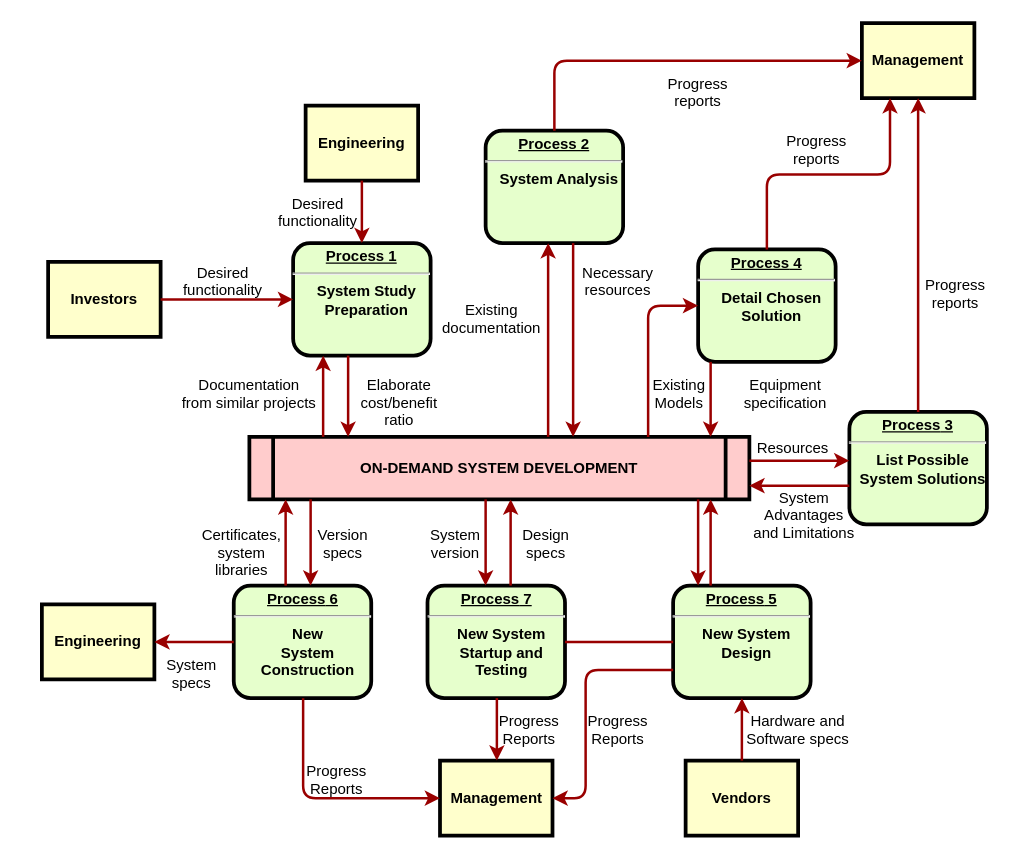
Earlier version of the draw.io diagram Untitled Diagram.drawio (salmansajid/utilities). Source tidied: cells renumbered, new cells numbered last; positions are measured from the earlier drawing's top-left corner, leaving out a move shared by most shapes. Both pictures are drawn from the tidied source at 125%, with x=0, y=0 at pixel (41, 22).
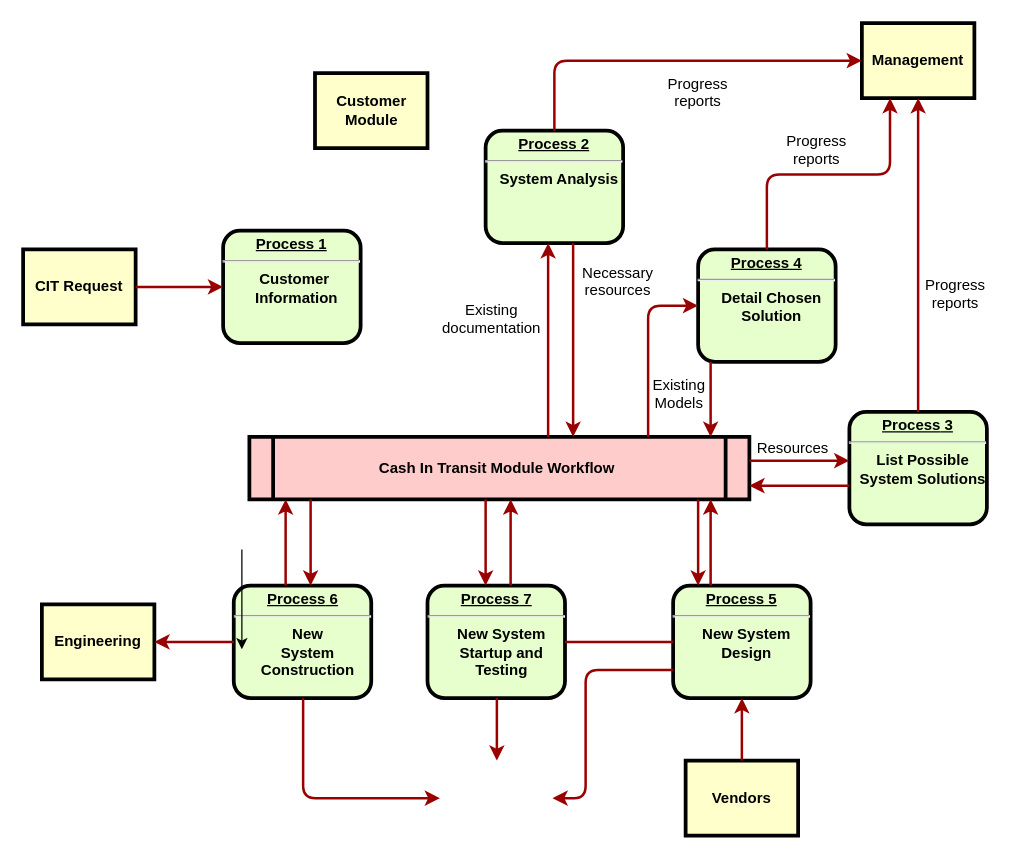
The same page after the edit.

Unchanged cells that the change refers to:
```xml
<mxCell id="9" value="&lt;p style=&quot;margin: 0px; margin-top: 4px; text-align: center; text-decoration: underline;&quot;&gt;&lt;strong&gt;&lt;strong&gt;Process&lt;/strong&gt; 5&lt;br /&gt;&lt;/strong&gt;&lt;/p&gt;&lt;hr /&gt;&lt;p style=&quot;margin: 0px; margin-left: 8px;&quot;&gt;New System&lt;/p&gt;&lt;p style=&quot;margin: 0px; margin-left: 8px;&quot;&gt;Design&lt;/p&gt;" style="verticalAlign=middle;align=center;overflow=fill;fontSize=12;fontFamily=Helvetica;html=1;rounded=1;fontStyle=1;strokeWidth=3;fillColor=#E6FFCC;" parent="1" vertex="1">
  <mxGeometry x="505" y="450" width="110" height="90" as="geometry" />
</mxCell>
<mxCell id="10" value="&lt;p style=&quot;margin: 0px; margin-top: 4px; text-align: center; text-decoration: underline;&quot;&gt;&lt;strong&gt;&lt;strong&gt;Process&lt;/strong&gt; 6&lt;br /&gt;&lt;/strong&gt;&lt;/p&gt;&lt;hr /&gt;&lt;p style=&quot;margin: 0px; margin-left: 8px;&quot;&gt;New&lt;/p&gt;&lt;p style=&quot;margin: 0px; margin-left: 8px;&quot;&gt;System&lt;/p&gt;&lt;p style=&quot;margin: 0px; margin-left: 8px;&quot;&gt;Construction&lt;/p&gt;" style="verticalAlign=middle;align=center;overflow=fill;fontSize=12;fontFamily=Helvetica;html=1;rounded=1;fontStyle=1;strokeWidth=3;fillColor=#E6FFCC;" parent="1" vertex="1">
  <mxGeometry x="153.5" y="450" width="110" height="90" as="geometry" />
</mxCell>
<mxCell id="17" value="&lt;p style=&quot;margin: 0px; margin-top: 4px; text-align: center; text-decoration: underline;&quot;&gt;&lt;strong&gt;&lt;strong&gt;Process&lt;/strong&gt; 7&lt;br /&gt;&lt;/strong&gt;&lt;/p&gt;&lt;hr /&gt;&lt;p style=&quot;margin: 0px; margin-left: 8px;&quot;&gt;New System&lt;/p&gt;&lt;p style=&quot;margin: 0px; margin-left: 8px;&quot;&gt;Startup and&lt;/p&gt;&lt;p style=&quot;margin: 0px; margin-left: 8px;&quot;&gt;Testing&lt;/p&gt;" style="verticalAlign=middle;align=center;overflow=fill;fontSize=12;fontFamily=Helvetica;html=1;rounded=1;fontStyle=1;strokeWidth=3;fillColor=#E6FFCC;" parent="1" vertex="1">
  <mxGeometry x="308.5" y="450" width="110" height="90" as="geometry" />
</mxCell>
```

Change to the diagram source:
```diff
@@
-    <mxCell id="2" value="&lt;p style=&quot;margin: 0px; margin-top: 4px; text-align: center; text-decoration: underline;&quot;&gt;&lt;strong&gt;Process 1&lt;br /&gt;&lt;/strong&gt;&lt;/p&gt;&lt;hr /&gt;&lt;p style=&quot;margin: 0px; margin-left: 8px;&quot;&gt;System Study&lt;/p&gt;&lt;p style=&quot;margin: 0px; margin-left: 8px;&quot;&gt;Preparation&lt;/p&gt;" style="verticalAlign=middle;align=center;overflow=fill;fontSize=12;fontFamily=Helvetica;html=1;rounded=1;fontStyle=1;strokeWidth=3;fillColor=#E6FFCC;" parent="1" vertex="1">
-      <mxGeometry x="201" y="176" width="110" height="90" as="geometry" />
+    <mxCell id="2" value="&lt;p style=&quot;margin: 0px; margin-top: 4px; text-align: center; text-decoration: underline;&quot;&gt;&lt;strong&gt;Process 1&lt;br&gt;&lt;/strong&gt;&lt;/p&gt;&lt;hr&gt;&lt;p style=&quot;margin: 0px; margin-left: 8px;&quot;&gt;Customer&amp;nbsp;&lt;/p&gt;&lt;p style=&quot;margin: 0px; margin-left: 8px;&quot;&gt;Information&lt;/p&gt;" style="verticalAlign=middle;align=center;overflow=fill;fontSize=12;fontFamily=Helvetica;html=1;rounded=1;fontStyle=1;strokeWidth=3;fillColor=#E6FFCC;" parent="1" vertex="1">
+      <mxGeometry x="145" y="166" width="110" height="90" as="geometry" />
     </mxCell>
-    <mxCell id="3" value="Engineering" style="whiteSpace=wrap;align=center;verticalAlign=middle;fontStyle=1;strokeWidth=3;fillColor=#FFFFCC;" parent="1" vertex="1">
-      <mxGeometry x="211" y="66" width="90" height="60" as="geometry" />
+    <mxCell id="3" value="Customer&#10;Module" style="whiteSpace=wrap;align=center;verticalAlign=middle;fontStyle=1;strokeWidth=3;fillColor=#FFFFCC;" parent="1" vertex="1">
+      <mxGeometry x="218.5" y="40" width="90" height="60" as="geometry" />
     </mxCell>
-    <mxCell id="4" value="Investors" style="whiteSpace=wrap;align=center;verticalAlign=middle;fontStyle=1;strokeWidth=3;fillColor=#FFFFCC;" parent="1" vertex="1">
-      <mxGeometry x="5" y="191" width="90" height="60" as="geometry" />
+    <mxCell id="4" value="CIT Request" style="whiteSpace=wrap;align=center;verticalAlign=middle;fontStyle=1;strokeWidth=3;fillColor=#FFFFCC;" parent="1" vertex="1">
+      <mxGeometry x="-15" y="181" width="90" height="60" as="geometry" />
     </mxCell>
-    <mxCell id="5" value="ON-DEMAND SYSTEM DEVELOPMENT" style="shape=process;whiteSpace=wrap;align=center;verticalAlign=middle;size=0.0475;fontStyle=1;strokeWidth=3;fillColor=#FFCCCC;" parent="1" vertex="1">
+    <mxCell id="5" value="Cash In Transit Module Workflow " style="shape=process;whiteSpace=wrap;align=center;verticalAlign=middle;size=0.0475;fontStyle=1;strokeWidth=3;fillColor=#FFCCCC;" parent="1" vertex="1">
       <mxGeometry x="166" y="331" width="400" height="50" as="geometry" />
     </mxCell>
@@
-    <mxCell id="12" value="Management" style="whiteSpace=wrap;align=center;verticalAlign=middle;fontStyle=1;strokeWidth=3;fillColor=#FFFFCC;" parent="1" vertex="1">
-      <mxGeometry x="318.5" y="590" width="90" height="60" as="geometry" />
-    </mxCell>
@@
-    <mxCell id="15" style="edgeStyle=none;noEdgeStyle=1;strokeColor=#990000;strokeWidth=2;" parent="1" edge="1" source="3" target="2">
-      <mxGeometry relative="1" as="geometry" />
-    </mxCell>
@@
-    <mxCell id="19" value="Desired &#10;functionality" style="text;spacingTop=-5;align=center;" parent="1" vertex="1">
-      <mxGeometry x="130" y="191" width="30" height="20" as="geometry" />
-    </mxCell>
-    <mxCell id="20" value="Desired &#10;functionality" style="text;spacingTop=-5;align=center;" parent="1" vertex="1">
-      <mxGeometry x="206" y="136" width="30" height="20" as="geometry" />
-    </mxCell>
-    <mxCell id="21" value="Documentation&#10;from similar projects" style="text;spacingTop=-5;align=center;" parent="1" vertex="1">
-      <mxGeometry x="151" y="281" width="30" height="20" as="geometry" />
-    </mxCell>
-    <mxCell id="22" style="edgeStyle=elbowEdgeStyle;elbow=horizontal;strokeColor=#990000;strokeWidth=2;" parent="1" edge="1" source="5" target="2">
-      <mxGeometry relative="1" as="geometry">
-        <Array as="points">
-          <mxPoint x="225" y="310" />
-        </Array>
-      </mxGeometry>
-    </mxCell>
-    <mxCell id="23" style="edgeStyle=elbowEdgeStyle;elbow=horizontal;strokeColor=#990000;strokeWidth=2;" parent="1" edge="1" source="2" target="5">
-      <mxGeometry relative="1" as="geometry">
-        <Array as="points">
-          <mxPoint x="245" y="300" />
-        </Array>
-      </mxGeometry>
-    </mxCell>
-    <mxCell id="24" value="Elaborate&#10;cost/benefit&#10;ratio" style="text;spacingTop=-5;align=center;" parent="1" vertex="1">
-      <mxGeometry x="271" y="281" width="30" height="20" as="geometry" />
-    </mxCell>
@@
-    <mxCell id="38" value="Equipment&#10;specification" style="text;spacingTop=-5;align=center;" parent="1" vertex="1">
-      <mxGeometry x="580" y="281" width="30" height="20" as="geometry" />
-    </mxCell>
@@
-    <mxCell id="42" value="System &#10;Advantages &#10;and Limitations" style="text;spacingTop=-5;align=center;" parent="1" vertex="1">
-      <mxGeometry x="595" y="371" width="30" height="20" as="geometry" />
-    </mxCell>
@@
-    <mxCell id="46" value="Hardware and&#10;Software specs" style="text;spacingTop=-5;align=center;" parent="1" vertex="1">
-      <mxGeometry x="590" y="550" width="30" height="20" as="geometry" />
-    </mxCell>
-    <mxCell id="47" style="edgeStyle=elbowEdgeStyle;elbow=horizontal;exitX=0;exitY=0.75;strokeColor=#990000;strokeWidth=2;" parent="1" edge="1" source="9" target="12">
+    <mxCell id="47" style="edgeStyle=elbowEdgeStyle;elbow=horizontal;exitX=0;exitY=0.75;strokeColor=#990000;strokeWidth=2;" parent="1" edge="1" source="9">
       <mxGeometry relative="1" as="geometry">
+        <mxPoint x="408.5" y="620" as="targetPoint" />
         <Array as="points">
           <mxPoint x="435" y="570" />
         </Array>
       </mxGeometry>
     </mxCell>
-    <mxCell id="48" value="Progress&#10;Reports" style="text;spacingTop=-5;align=center;" parent="1" vertex="1">
-      <mxGeometry x="446" y="550" width="30" height="20" as="geometry" />
-    </mxCell>
-    <mxCell id="49" style="edgeStyle=elbowEdgeStyle;elbow=horizontal;strokeColor=#990000;strokeWidth=2;" parent="1" edge="1" source="17" target="12">
-      <mxGeometry relative="1" as="geometry" />
+    <mxCell id="49" style="edgeStyle=elbowEdgeStyle;elbow=horizontal;strokeColor=#990000;strokeWidth=2;" parent="1" edge="1" source="17">
+      <mxGeometry relative="1" as="geometry">
+        <mxPoint x="364" y="590" as="targetPoint" />
+      </mxGeometry>
     </mxCell>
-    <mxCell id="50" value="Progress&#10;Reports" style="text;spacingTop=-5;align=center;" parent="1" vertex="1">
-      <mxGeometry x="375" y="550" width="30" height="20" as="geometry" />
-    </mxCell>
-    <mxCell id="51" style="edgeStyle=elbowEdgeStyle;elbow=horizontal;strokeColor=#990000;strokeWidth=2;" parent="1" edge="1" source="10" target="12">
+    <mxCell id="51" style="edgeStyle=elbowEdgeStyle;elbow=horizontal;strokeColor=#990000;strokeWidth=2;" parent="1" edge="1" source="10">
       <mxGeometry relative="1" as="geometry">
+        <mxPoint x="318.5" y="620" as="targetPoint" />
         <Array as="points">
           <mxPoint x="209" y="570" />
         </Array>
       </mxGeometry>
     </mxCell>
-    <mxCell id="52" value="Progress&#10;Reports" style="text;spacingTop=-5;align=center;" parent="1" vertex="1">
-      <mxGeometry x="221" y="590" width="30" height="20" as="geometry" />
-    </mxCell>
@@
-    <mxCell id="56" value="Version&#10;specs" style="text;spacingTop=-5;align=center;" parent="1" vertex="1">
-      <mxGeometry x="226" y="401" width="30" height="20" as="geometry" />
-    </mxCell>
-    <mxCell id="57" value="Certificates,&#10;system&#10;libraries" style="text;spacingTop=-5;align=center;" parent="1" vertex="1">
-      <mxGeometry x="145" y="401" width="30" height="20" as="geometry" />
-    </mxCell>
+    <mxCell id="63" style="edgeStyle=orthogonalEdgeStyle;rounded=0;orthogonalLoop=1;jettySize=auto;html=1;" parent="1" edge="1">
+      <mxGeometry relative="1" as="geometry">
+        <mxPoint x="160" y="421" as="sourcePoint" />
+        <mxPoint x="160" y="501" as="targetPoint" />
+      </mxGeometry>
+    </mxCell>
@@
-    <mxCell id="60" value="System&#10;specs" style="text;spacingTop=-5;align=center;" parent="1" vertex="1">
-      <mxGeometry x="105" y="505" width="30" height="20" as="geometry" />
-    </mxCell>
-    <mxCell id="61" value="Design&#10;specs" style="text;spacingTop=-5;align=center;" parent="1" vertex="1">
-      <mxGeometry x="388.5" y="401" width="30" height="20" as="geometry" />
-    </mxCell>
-    <mxCell id="62" value="System&#10;version" style="text;spacingTop=-5;align=center;" parent="1" vertex="1">
-      <mxGeometry x="316" y="401" width="30" height="20" as="geometry" />
-    </mxCell>
```
